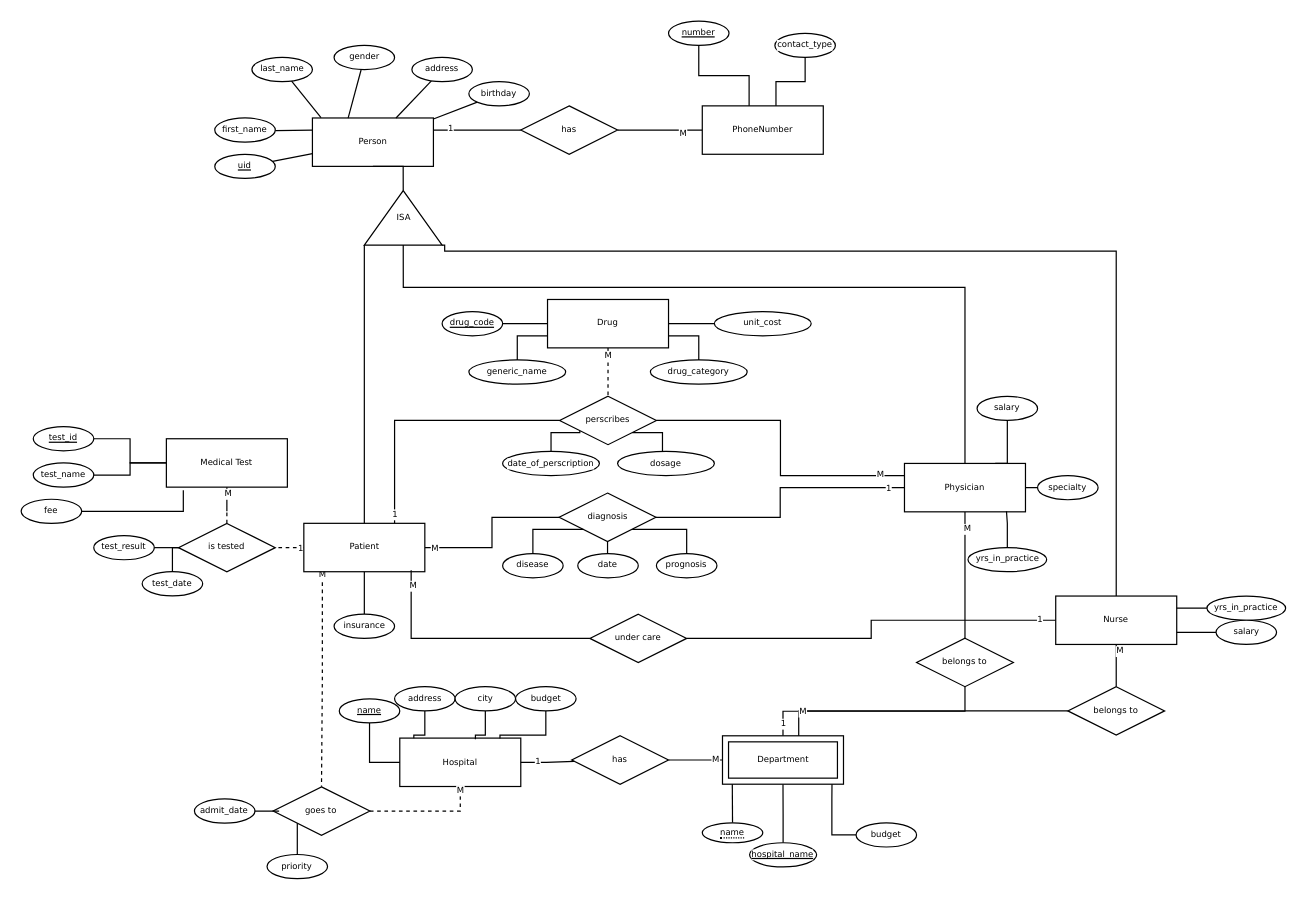
Earlier version of the draw.io diagram DatabasesA1.drawio (functionzz/Databases). Source tidied: cells renumbered, new cells numbered last; positions are measured from the earlier drawing's top-left corner, leaving out a move shared by most shapes. Both pictures are drawn from the tidied source at 121%, with x=0, y=0 at pixel (21, 21).
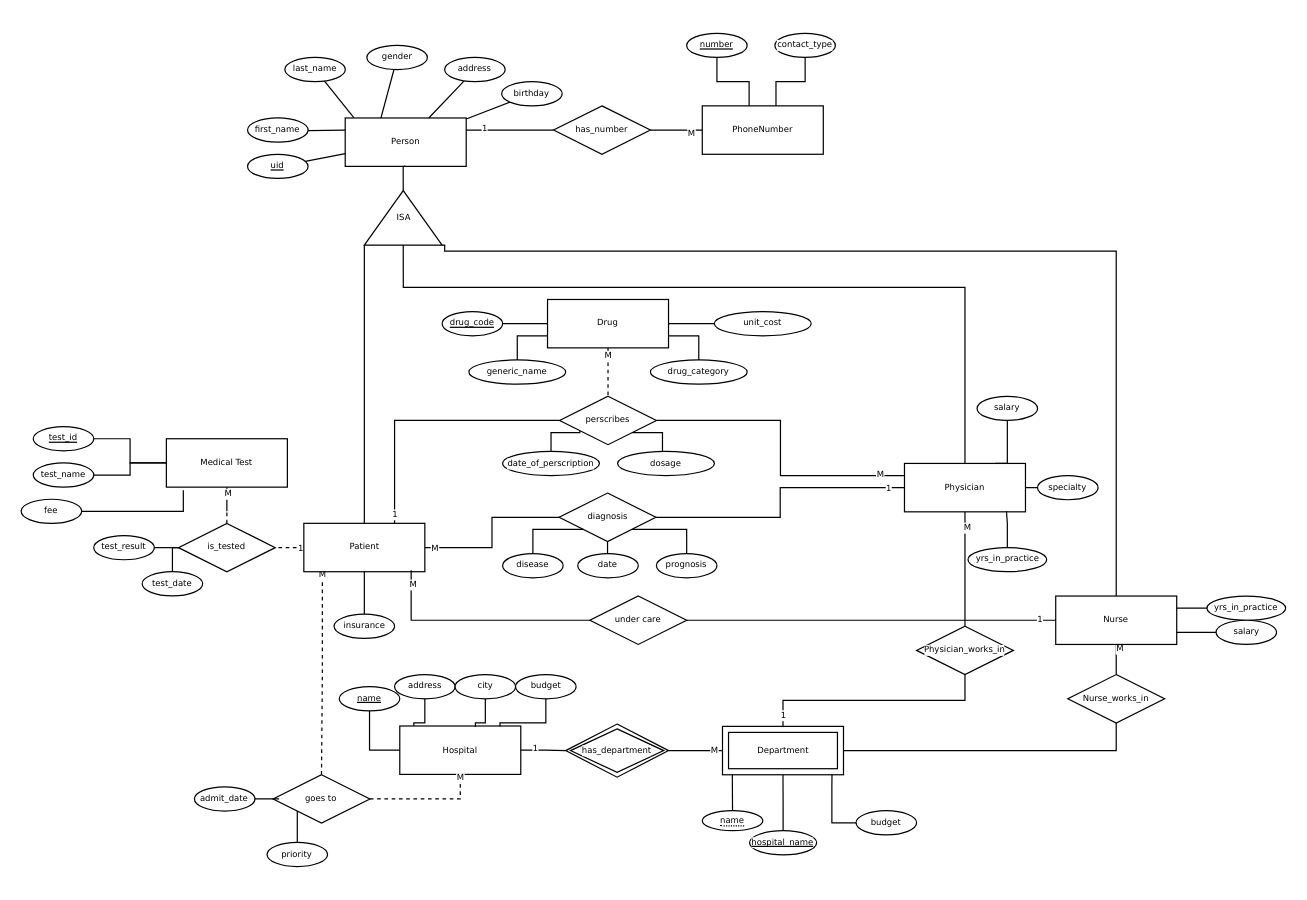
After the change.

Diff of the diagram source:
```diff
@@
     <mxCell id="3" value="Person" style="whiteSpace=wrap;html=1;align=center;fontFamily=Verdana;fontSize=7;fontColor=default;labelBackgroundColor=default;" parent="1" vertex="1">
-      <mxGeometry x="240.7" y="80" width="100" height="40" as="geometry" />
+      <mxGeometry x="267.8" y="80" width="100" height="40" as="geometry" />
     </mxCell>
@@
     <mxCell id="30" value="uid" style="ellipse;whiteSpace=wrap;html=1;align=center;fontStyle=4;strokeColor=default;verticalAlign=middle;fontFamily=Verdana;fontSize=7;fontColor=default;labelBackgroundColor=default;fillColor=default;" parent="1" vertex="1">
-      <mxGeometry x="160" y="110" width="50" height="20" as="geometry" />
+      <mxGeometry x="187.1" y="110" width="50" height="20" as="geometry" />
     </mxCell>
@@
     <mxCell id="32" value="first_name" style="ellipse;whiteSpace=wrap;html=1;align=center;strokeColor=default;verticalAlign=middle;fontFamily=Verdana;fontSize=7;fontColor=default;labelBackgroundColor=default;fillColor=default;" parent="1" vertex="1">
-      <mxGeometry x="160" y="80" width="50" height="20" as="geometry" />
+      <mxGeometry x="187.1" y="80" width="50" height="20" as="geometry" />
     </mxCell>
     <mxCell id="33" value="last_name" style="ellipse;whiteSpace=wrap;html=1;align=center;strokeColor=default;verticalAlign=middle;fontFamily=Verdana;fontSize=7;fontColor=default;labelBackgroundColor=default;fillColor=default;" parent="1" vertex="1">
-      <mxGeometry x="190.7" y="30" width="50" height="20" as="geometry" />
+      <mxGeometry x="217.9" y="30" width="50" height="20" as="geometry" />
     </mxCell>
     <mxCell id="34" value="gender" style="ellipse;whiteSpace=wrap;html=1;align=center;strokeColor=default;verticalAlign=middle;fontFamily=Verdana;fontSize=7;fontColor=default;labelBackgroundColor=default;fillColor=default;" parent="1" vertex="1">
-      <mxGeometry x="258.6" y="20" width="50" height="20" as="geometry" />
+      <mxGeometry x="285.7" y="20" width="50" height="20" as="geometry" />
     </mxCell>
@@
     <mxCell id="36" value="address" style="ellipse;whiteSpace=wrap;html=1;align=center;strokeColor=default;verticalAlign=middle;fontFamily=Verdana;fontSize=7;fontColor=default;labelBackgroundColor=default;fillColor=default;" parent="1" vertex="1">
-      <mxGeometry x="322.9" y="30" width="50" height="20" as="geometry" />
+      <mxGeometry x="350" y="30" width="50" height="20" as="geometry" />
     </mxCell>
     <mxCell id="37" value="birthday" style="ellipse;whiteSpace=wrap;html=1;align=center;strokeColor=default;verticalAlign=middle;fontFamily=Verdana;fontSize=7;fontColor=default;labelBackgroundColor=default;fillColor=default;" parent="1" vertex="1">
-      <mxGeometry x="370" y="50" width="50" height="20" as="geometry" />
+      <mxGeometry x="397.1" y="50" width="50" height="20" as="geometry" />
     </mxCell>
@@
     <mxCell id="56" value="Hospital" style="whiteSpace=wrap;html=1;align=center;strokeColor=default;verticalAlign=middle;fontFamily=Verdana;fontSize=7;fontColor=default;labelBackgroundColor=default;fillColor=default;" parent="1" vertex="1">
-      <mxGeometry x="312.9" y="592.5" width="100" height="40" as="geometry" />
+      <mxGeometry x="312.9" y="582.5" width="100" height="40" as="geometry" />
     </mxCell>
@@
     <mxCell id="58" value="name" style="ellipse;whiteSpace=wrap;html=1;align=center;fontStyle=4;strokeColor=default;verticalAlign=middle;fontFamily=Verdana;fontSize=7;fontColor=default;labelBackgroundColor=default;fillColor=default;" parent="1" vertex="1">
-      <mxGeometry x="262.9" y="560" width="50" height="20" as="geometry" />
+      <mxGeometry x="262.9" y="550" width="50" height="20" as="geometry" />
     </mxCell>
     <mxCell id="59" value="address" style="ellipse;whiteSpace=wrap;html=1;align=center;strokeColor=default;verticalAlign=middle;fontFamily=Verdana;fontSize=7;fontColor=default;labelBackgroundColor=default;fillColor=default;" parent="1" vertex="1">
-      <mxGeometry x="308.6" y="550" width="50" height="20" as="geometry" />
+      <mxGeometry x="308.6" y="540" width="50" height="20" as="geometry" />
     </mxCell>
@@
     <mxCell id="61" value="city" style="ellipse;whiteSpace=wrap;html=1;align=center;strokeColor=default;verticalAlign=middle;fontFamily=Verdana;fontSize=7;fontColor=default;labelBackgroundColor=default;fillColor=default;" parent="1" vertex="1">
-      <mxGeometry x="358.6" y="550" width="50" height="20" as="geometry" />
+      <mxGeometry x="358.6" y="540" width="50" height="20" as="geometry" />
     </mxCell>
     <mxCell id="62" value="budget" style="ellipse;whiteSpace=wrap;html=1;align=center;strokeColor=default;verticalAlign=middle;fontFamily=Verdana;fontSize=7;fontColor=default;labelBackgroundColor=default;fillColor=default;" parent="1" vertex="1">
-      <mxGeometry x="408.6" y="550" width="50" height="20" as="geometry" />
+      <mxGeometry x="408.6" y="540" width="50" height="20" as="geometry" />
     </mxCell>
@@
-    <mxCell id="65" style="edgeStyle=orthogonalEdgeStyle;shape=connector;rounded=0;jettySize=auto;html=1;entryX=0;entryY=0.5;entryDx=0;entryDy=0;strokeColor=default;align=center;verticalAlign=top;fontFamily=Verdana;fontSize=7;fontColor=default;labelBackgroundColor=default;startFill=0;endArrow=none;" parent="1" edge="1" source="67" target="105">
+    <mxCell id="65" style="edgeStyle=orthogonalEdgeStyle;shape=connector;rounded=0;jettySize=auto;html=1;entryX=0;entryY=0.5;entryDx=0;entryDy=0;strokeColor=default;align=center;verticalAlign=top;fontFamily=Verdana;fontSize=7;fontColor=default;labelBackgroundColor=default;startFill=0;endArrow=none;exitX=1;exitY=0.5;exitDx=0;exitDy=0;" parent="1" edge="1" source="138" target="105">
       <mxGeometry relative="1" as="geometry" />
     </mxCell>
@@
-    <mxCell id="67" value="has" style="shape=rhombus;perimeter=rhombusPerimeter;whiteSpace=wrap;html=1;align=center;fontFamily=Verdana;fontSize=7;fontColor=default;labelBackgroundColor=default;" parent="1" vertex="1">
-      <mxGeometry x="455" y="590.6" width="80" height="40" as="geometry" />
-    </mxCell>
-    <mxCell id="68" style="edgeStyle=orthogonalEdgeStyle;shape=connector;rounded=0;jettySize=auto;html=1;entryX=0.026;entryY=0.529;entryDx=0;entryDy=0;entryPerimeter=0;strokeColor=default;align=center;verticalAlign=top;fontFamily=Verdana;fontSize=7;fontColor=default;labelBackgroundColor=default;startFill=0;endArrow=none;" parent="1" edge="1" source="56" target="67">
+    <mxCell id="68" style="edgeStyle=orthogonalEdgeStyle;shape=connector;rounded=0;jettySize=auto;html=1;entryX=0;entryY=0.5;entryDx=0;entryDy=0;strokeColor=default;align=center;verticalAlign=top;fontFamily=Verdana;fontSize=7;fontColor=default;labelBackgroundColor=default;startFill=0;endArrow=none;" parent="1" edge="1" source="56" target="138">
       <mxGeometry relative="1" as="geometry" />
     </mxCell>
@@
     <mxCell id="72" value="hospital_name" style="ellipse;whiteSpace=wrap;html=1;align=center;fontStyle=4;strokeColor=default;verticalAlign=middle;fontFamily=Verdana;fontSize=7;fontColor=default;labelBackgroundColor=default;fillColor=default;" parent="1" vertex="1">
-      <mxGeometry x="602" y="679" width="55.4" height="20" as="geometry" />
+      <mxGeometry x="602" y="669" width="55.4" height="20" as="geometry" />
     </mxCell>
@@
     <mxCell id="74" value="budget" style="ellipse;whiteSpace=wrap;html=1;align=center;strokeColor=default;verticalAlign=middle;fontFamily=Verdana;fontSize=7;fontColor=default;labelBackgroundColor=default;fillColor=default;" parent="1" vertex="1">
-      <mxGeometry x="690" y="662.5" width="50" height="20" as="geometry" />
+      <mxGeometry x="690" y="652.5" width="50" height="20" as="geometry" />
     </mxCell>
@@
-    <mxCell id="77" value="belongs to" style="shape=rhombus;perimeter=rhombusPerimeter;whiteSpace=wrap;html=1;align=center;fontFamily=Verdana;fontSize=7;fontColor=default;labelBackgroundColor=default;" parent="1" vertex="1">
-      <mxGeometry x="740" y="510" width="80" height="40" as="geometry" />
+    <mxCell id="77" value="Physician_works_in" style="shape=rhombus;perimeter=rhombusPerimeter;whiteSpace=wrap;html=1;align=center;fontFamily=Verdana;fontSize=7;fontColor=default;labelBackgroundColor=default;" parent="1" vertex="1">
+      <mxGeometry x="740" y="500" width="80" height="40" as="geometry" />
     </mxCell>
@@
-    <mxCell id="79" style="edgeStyle=orthogonalEdgeStyle;shape=connector;rounded=0;jettySize=auto;html=1;strokeColor=default;align=center;verticalAlign=top;fontFamily=Verdana;fontSize=7;fontColor=default;labelBackgroundColor=default;startFill=0;endArrow=none;entryX=0.63;entryY=0.003;entryDx=0;entryDy=0;entryPerimeter=0;" parent="1" edge="1" source="81" target="105">
+    <mxCell id="79" style="edgeStyle=orthogonalEdgeStyle;shape=connector;rounded=0;jettySize=auto;html=1;exitX=0.5;exitY=1;exitDx=0;exitDy=0;entryX=1;entryY=0.5;entryDx=0;entryDy=0;strokeColor=default;align=center;verticalAlign=top;fontFamily=Verdana;fontSize=7;fontColor=default;labelBackgroundColor=default;startFill=0;endArrow=none;" parent="1" edge="1" source="81" target="105">
       <mxGeometry relative="1" as="geometry" />
     </mxCell>
-    <mxCell id="80" value="M" style="edgeLabel;html=1;align=center;verticalAlign=middle;fontFamily=Verdana;fontSize=7;fontColor=default;labelBackgroundColor=default;" parent="79" vertex="1">
-      <mxGeometry x="0.81" relative="1" as="geometry" />
-    </mxCell>
-    <mxCell id="81" value="belongs to" style="shape=rhombus;perimeter=rhombusPerimeter;whiteSpace=wrap;html=1;align=center;fontFamily=Verdana;fontSize=7;fontColor=default;labelBackgroundColor=default;" parent="1" vertex="1">
-      <mxGeometry x="865" y="550" width="80" height="40" as="geometry" />
+    <mxCell id="81" value="Nurse_works_in" style="shape=rhombus;perimeter=rhombusPerimeter;whiteSpace=wrap;html=1;align=center;fontFamily=Verdana;fontSize=7;fontColor=default;labelBackgroundColor=default;" parent="1" vertex="1">
+      <mxGeometry x="865" y="540" width="80" height="40" as="geometry" />
     </mxCell>
@@
     <mxCell id="84" value="goes to" style="shape=rhombus;perimeter=rhombusPerimeter;whiteSpace=wrap;html=1;align=center;fontFamily=Verdana;fontSize=7;fontColor=default;labelBackgroundColor=default;" parent="1" vertex="1">
-      <mxGeometry x="208.2" y="632.8" width="80" height="40" as="geometry" />
+      <mxGeometry x="208.2" y="622.8" width="80" height="40" as="geometry" />
     </mxCell>
@@
     <mxCell id="86" value="admit_date" style="ellipse;whiteSpace=wrap;html=1;align=center;strokeColor=default;verticalAlign=middle;fontFamily=Verdana;fontSize=7;fontColor=default;labelBackgroundColor=default;fillColor=default;" parent="1" vertex="1">
-      <mxGeometry x="143.2" y="642.8" width="50" height="20" as="geometry" />
+      <mxGeometry x="143.2" y="632.8" width="50" height="20" as="geometry" />
     </mxCell>
@@
     <mxCell id="88" value="priority" style="ellipse;whiteSpace=wrap;html=1;align=center;strokeColor=default;verticalAlign=middle;fontFamily=Verdana;fontSize=7;fontColor=default;labelBackgroundColor=default;fillColor=default;" parent="1" vertex="1">
-      <mxGeometry x="203.2" y="688.7" width="50" height="20" as="geometry" />
+      <mxGeometry x="203.2" y="678.7" width="50" height="20" as="geometry" />
     </mxCell>
@@
     <mxCell id="104" value="&lt;span style=&quot;border-bottom: 1px dotted&quot;&gt;name&lt;/span&gt;" style="ellipse;whiteSpace=wrap;html=1;align=center;fontFamily=Verdana;fontSize=7;fontColor=default;labelBackgroundColor=default;" parent="1" vertex="1">
-      <mxGeometry x="562.9" y="662.5" width="50" height="16.5" as="geometry" />
+      <mxGeometry x="562.9" y="652.5" width="50" height="16.5" as="geometry" />
     </mxCell>
     <mxCell id="105" value="Department" style="shape=ext;margin=3;double=1;whiteSpace=wrap;html=1;align=center;fontFamily=Verdana;fontSize=7;fontColor=default;labelBackgroundColor=default;" parent="1" vertex="1">
-      <mxGeometry x="579.6" y="590.6" width="100" height="40" as="geometry" />
+      <mxGeometry x="579.6" y="582.8" width="100" height="40" as="geometry" />
     </mxCell>
-    <mxCell id="106" value="has" style="shape=rhombus;perimeter=rhombusPerimeter;whiteSpace=wrap;html=1;align=center;fontFamily=Verdana;fontSize=7;fontColor=default;labelBackgroundColor=default;" parent="1" vertex="1">
-      <mxGeometry x="412.9" y="70" width="80" height="40" as="geometry" />
+    <mxCell id="106" value="has_number" style="shape=rhombus;perimeter=rhombusPerimeter;whiteSpace=wrap;html=1;align=center;fontFamily=Verdana;fontSize=7;fontColor=default;labelBackgroundColor=default;" parent="1" vertex="1">
+      <mxGeometry x="440" y="70" width="80" height="40" as="geometry" />
     </mxCell>
@@
-    <mxCell id="115" value="is tested" style="shape=rhombus;perimeter=rhombusPerimeter;whiteSpace=wrap;html=1;align=center;fontFamily=Verdana;fontSize=7;fontColor=default;labelBackgroundColor=default;" parent="1" vertex="1">
+    <mxCell id="115" value="is_tested" style="shape=rhombus;perimeter=rhombusPerimeter;whiteSpace=wrap;html=1;align=center;fontFamily=Verdana;fontSize=7;fontColor=default;labelBackgroundColor=default;" parent="1" vertex="1">
       <mxGeometry x="130" y="415.1" width="80" height="40" as="geometry" />
     </mxCell>
@@
     <mxCell id="129" value="number" style="ellipse;whiteSpace=wrap;html=1;align=center;fontStyle=4;strokeColor=default;verticalAlign=middle;fontFamily=Verdana;fontSize=7;fontColor=default;labelBackgroundColor=default;fillColor=default;" parent="1" vertex="1">
-      <mxGeometry x="535" width="50" height="20" as="geometry" />
+      <mxGeometry x="550" y="10" width="50" height="20" as="geometry" />
     </mxCell>
@@
     <mxCell id="132" value="under care" style="shape=rhombus;perimeter=rhombusPerimeter;whiteSpace=wrap;html=1;align=center;fontFamily=Verdana;fontSize=7;fontColor=default;labelBackgroundColor=default;" parent="1" vertex="1">
-      <mxGeometry x="470" y="490.1" width="80" height="40" as="geometry" />
+      <mxGeometry x="470" y="475.1" width="80" height="40" as="geometry" />
     </mxCell>
@@
+    <mxCell id="138" value="has_department" style="shape=rhombus;double=1;perimeter=rhombusPerimeter;whiteSpace=wrap;html=1;align=center;fontFamily=Verdana;fontSize=7;fontColor=default;labelBackgroundColor=default;" parent="1" vertex="1">
+      <mxGeometry x="450" y="580.9" width="85" height="43.9" as="geometry" />
+    </mxCell>
```
